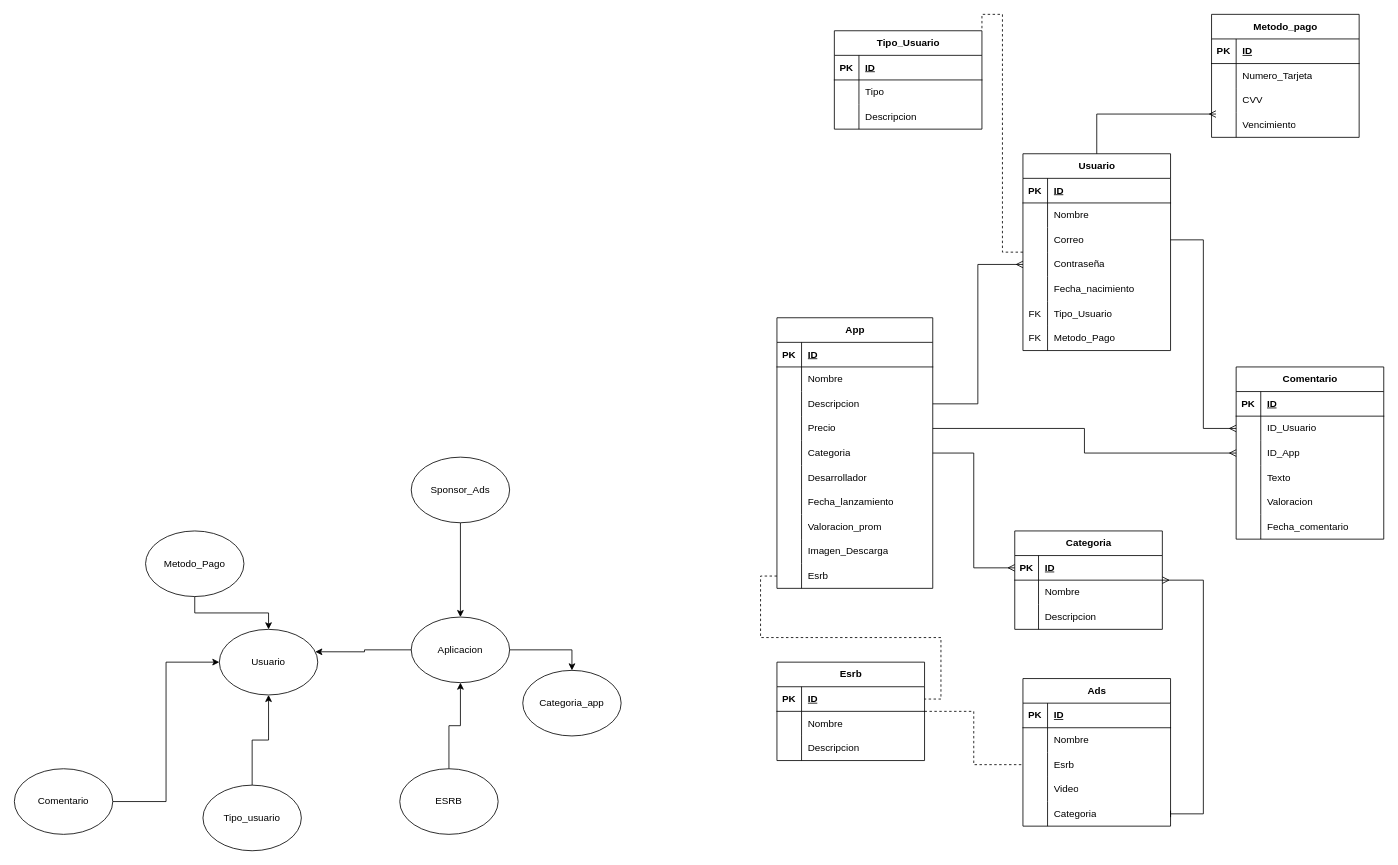
JSMONTOYAS/Database_foundations keeps this draw.io diagram as proyecto.drawio. Above is the earlier version. Source tidied: cells renumbered, new cells numbered last; positions are measured from the earlier drawing's top-left corner, leaving out a move shared by most shapes. Both pictures are drawn from the tidied source at 82%, with x=0, y=0 at pixel (14, 14).
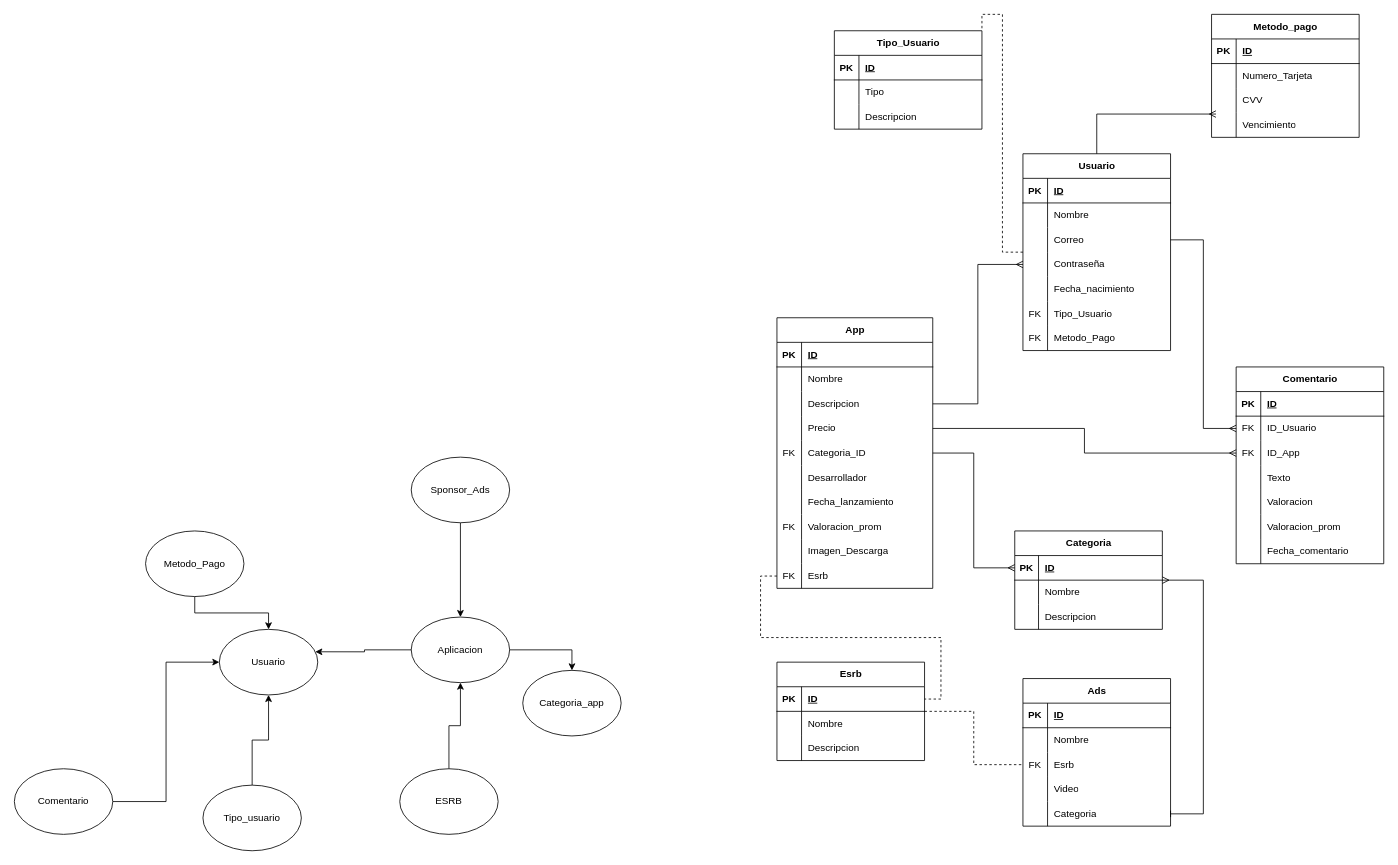
After the change.

The change refers to these unchanged cells:
```xml
<mxCell id="29" style="shape=tableRow;horizontal=0;startSize=0;swimlaneHead=0;swimlaneBody=0;fillColor=none;points=[[0,0.5],[1,0.5]];portConstraint=eastwest;top=0;left=0;right=0;bottom=0;" parent="16" vertex="1">
  <mxGeometry y="150" width="190" height="30" as="geometry" />
</mxCell>
<mxCell id="38" style="shape=tableRow;horizontal=0;startSize=0;swimlaneHead=0;swimlaneBody=0;fillColor=none;top=0;left=0;right=0;bottom=0;" parent="16" vertex="1">
  <mxGeometry y="240" width="190" height="30" as="geometry" />
</mxCell>
<mxCell id="44" style="shape=tableRow;horizontal=0;startSize=0;swimlaneHead=0;swimlaneBody=0;fillColor=none;points=[[0,0.5],[1,0.5]];portConstraint=eastwest;top=0;left=0;right=0;bottom=0;" parent="16" vertex="1">
  <mxGeometry y="300" width="190" height="30" as="geometry" />
</mxCell>
<mxCell id="74" style="shape=tableRow;horizontal=0;startSize=0;swimlaneHead=0;swimlaneBody=0;fillColor=none;points=[[0,0.5],[1,0.5]];portConstraint=eastwest;top=0;left=0;right=0;bottom=0;" parent="70" vertex="1">
  <mxGeometry y="60" width="180" height="30" as="geometry" />
</mxCell>
<mxCell id="77" style="shape=tableRow;horizontal=0;startSize=0;swimlaneHead=0;swimlaneBody=0;fillColor=none;points=[[0,0.5],[1,0.5]];portConstraint=eastwest;top=0;left=0;right=0;bottom=0;" parent="70" vertex="1">
  <mxGeometry y="90" width="180" height="30" as="geometry" />
</mxCell>
<mxCell id="141" style="shape=tableRow;horizontal=0;startSize=0;swimlaneHead=0;swimlaneBody=0;fillColor=none;points=[[0,0.5],[1,0.5]];portConstraint=eastwest;top=0;left=0;right=0;bottom=0;" parent="134" vertex="1">
  <mxGeometry y="90" width="180" height="30" as="geometry" />
</mxCell>
```

Diff of the diagram source:
```diff
@@
-    <mxCell id="30" style="shape=partialRectangle;fillColor=none;top=0;left=0;bottom=0;right=0;overflow=hidden;whiteSpace=wrap;html=1;" parent="29" vertex="1">
+    <mxCell id="30" value="FK" style="shape=partialRectangle;fillColor=none;top=0;left=0;bottom=0;right=0;overflow=hidden;whiteSpace=wrap;html=1;" parent="29" vertex="1">
       <mxGeometry width="30" height="30" as="geometry" />
     </mxCell>
-    <mxCell id="31" value="Categoria" style="shape=partialRectangle;fillColor=none;top=0;left=0;bottom=0;right=0;align=left;spacingLeft=6;overflow=hidden;whiteSpace=wrap;html=1;" parent="29" vertex="1">
+    <mxCell id="31" value="Categoria_ID" style="shape=partialRectangle;fillColor=none;top=0;left=0;bottom=0;right=0;align=left;spacingLeft=6;overflow=hidden;whiteSpace=wrap;html=1;" parent="29" vertex="1">
       <mxGeometry x="30" width="160" height="30" as="geometry" />
     </mxCell>
@@
-    <mxCell id="39" style="shape=partialRectangle;fillColor=none;top=0;left=0;bottom=0;right=0;overflow=hidden;whiteSpace=wrap;html=1;" parent="38" vertex="1">
+    <mxCell id="39" value="FK" style="shape=partialRectangle;fillColor=none;top=0;left=0;bottom=0;right=0;overflow=hidden;whiteSpace=wrap;html=1;" parent="38" vertex="1">
       <mxGeometry width="30" height="30" as="geometry" />
     </mxCell>
@@
-    <mxCell id="45" style="shape=partialRectangle;fillColor=none;top=0;left=0;bottom=0;right=0;overflow=hidden;whiteSpace=wrap;html=1;" parent="44" vertex="1">
+    <mxCell id="45" value="FK" style="shape=partialRectangle;fillColor=none;top=0;left=0;bottom=0;right=0;overflow=hidden;whiteSpace=wrap;html=1;" parent="44" vertex="1">
       <mxGeometry width="30" height="30" as="geometry" />
     </mxCell>
@@
     <mxCell id="70" value="Comentario" style="shape=table;startSize=30;childLayout=tableLayout;rowLines=0;fontStyle=1;align=center;html=1;" parent="1" vertex="1">
-      <mxGeometry x="1490" y="430" width="180" height="210" as="geometry" />
+      <mxGeometry x="1490" y="430" width="180" height="240" as="geometry" />
     </mxCell>
@@
-    <mxCell id="75" style="shape=partialRectangle;fillColor=none;top=0;left=0;bottom=0;right=0;overflow=hidden;whiteSpace=wrap;html=1;" parent="74" vertex="1">
+    <mxCell id="75" value="FK" style="shape=partialRectangle;fillColor=none;top=0;left=0;bottom=0;right=0;overflow=hidden;whiteSpace=wrap;html=1;" parent="74" vertex="1">
       <mxGeometry width="30" height="30" as="geometry" />
     </mxCell>
@@
-    <mxCell id="78" style="shape=partialRectangle;fillColor=none;top=0;left=0;bottom=0;right=0;overflow=hidden;whiteSpace=wrap;html=1;" parent="77" vertex="1">
+    <mxCell id="78" value="FK" style="shape=partialRectangle;fillColor=none;top=0;left=0;bottom=0;right=0;overflow=hidden;whiteSpace=wrap;html=1;" parent="77" vertex="1">
       <mxGeometry width="30" height="30" as="geometry" />
     </mxCell>
@@
+    <mxCell id="157" style="shape=tableRow;horizontal=0;startSize=0;swimlaneHead=0;swimlaneBody=0;fillColor=none;top=0;left=0;right=0;bottom=0;" parent="70" vertex="1">
+      <mxGeometry y="180" width="180" height="30" as="geometry" />
+    </mxCell>
+    <mxCell id="158" style="shape=partialRectangle;fillColor=none;top=0;left=0;bottom=0;right=0;overflow=hidden;whiteSpace=wrap;html=1;" parent="157" vertex="1">
+      <mxGeometry width="30" height="30" as="geometry" />
+    </mxCell>
+    <mxCell id="159" value="Valoracion_prom" style="shape=partialRectangle;fillColor=none;top=0;left=0;bottom=0;right=0;align=left;spacingLeft=6;overflow=hidden;whiteSpace=wrap;html=1;" parent="157" vertex="1">
+      <mxGeometry x="30" width="150" height="30" as="geometry" />
+    </mxCell>
     <mxCell id="86" style="shape=tableRow;horizontal=0;startSize=0;swimlaneHead=0;swimlaneBody=0;fillColor=none;top=0;left=0;right=0;bottom=0;" parent="70" vertex="1">
-      <mxGeometry y="180" width="180" height="30" as="geometry" />
+      <mxGeometry y="210" width="180" height="30" as="geometry" />
     </mxCell>
@@
-    <mxCell id="142" style="shape=partialRectangle;fillColor=none;top=0;left=0;bottom=0;right=0;overflow=hidden;whiteSpace=wrap;html=1;" parent="141" vertex="1">
+    <mxCell id="142" value="FK" style="shape=partialRectangle;fillColor=none;top=0;left=0;bottom=0;right=0;overflow=hidden;whiteSpace=wrap;html=1;" parent="141" vertex="1">
       <mxGeometry width="30" height="30" as="geometry" />
     </mxCell>
```
